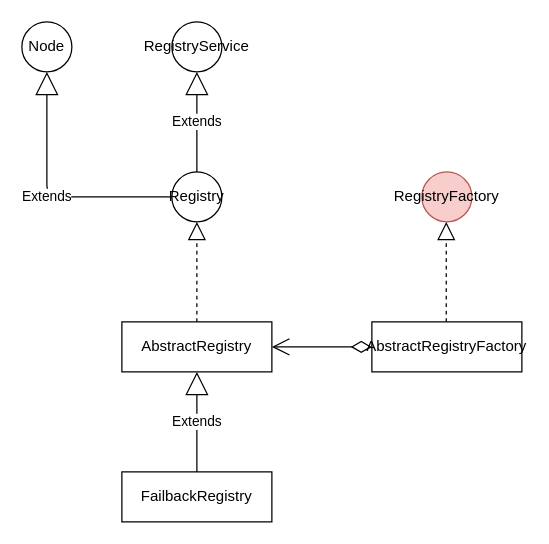
Before: develop-stack/language/java/dubbo/component/dubbo_registry_class.drawio in sciatta/draw, a draw.io diagram. Source tidied: cells renumbered, new cells numbered last; positions are measured from the earlier drawing's top-left corner, leaving out a move shared by most shapes. Both pictures are drawn from the tidied source at 125%, with x=0, y=0 at pixel (21, 21).
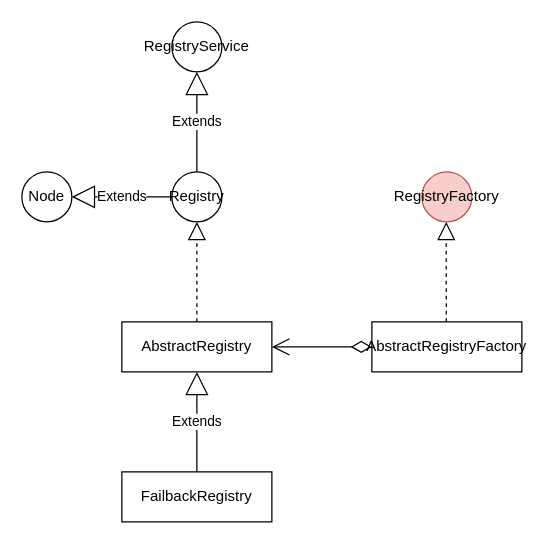
Above is the later version.

Commit message:
dubbo registry class draft

What changed in the source:
```diff
@@
 <mxGraphModel>
   <root>
     <mxCell id="0" />
     <mxCell id="1" parent="0" />
     <mxCell id="2" value="RegistryService" style="ellipse;whiteSpace=wrap;html=1;" parent="1" vertex="1">
       <mxGeometry x="120" width="40" height="40" as="geometry" />
     </mxCell>
     <mxCell id="3" value="Node" style="ellipse;whiteSpace=wrap;html=1;" parent="1" vertex="1">
-      <mxGeometry width="40" height="40" as="geometry" />
+      <mxGeometry y="120" width="40" height="40" as="geometry" />
     </mxCell>
     <mxCell id="4" value="Registry" style="ellipse;whiteSpace=wrap;html=1;" parent="1" vertex="1">
       <mxGeometry x="120" y="120" width="40" height="40" as="geometry" />
     </mxCell>
     <mxCell id="5" value="Extends" style="endArrow=block;endSize=16;endFill=0;html=1;entryX=0.5;entryY=1;entryDx=0;entryDy=0;exitX=0.5;exitY=0;exitDx=0;exitDy=0;" parent="1" edge="1" source="4" target="2">
       <mxGeometry relative="1" as="geometry" />
     </mxCell>
-    <mxCell id="6" value="Extends" style="endArrow=block;endSize=16;endFill=0;html=1;exitX=0;exitY=0.5;exitDx=0;exitDy=0;entryX=0.5;entryY=1;entryDx=0;entryDy=0;" parent="1" edge="1" source="4" target="3">
-      <mxGeometry relative="1" as="geometry">
-        <Array as="points">
-          <mxPoint x="20" y="140" />
-        </Array>
-      </mxGeometry>
+    <mxCell id="6" value="Extends" style="endArrow=block;endSize=16;endFill=0;html=1;exitX=0;exitY=0.5;exitDx=0;exitDy=0;entryX=1;entryY=0.5;entryDx=0;entryDy=0;" parent="1" edge="1" source="4" target="3">
+      <mxGeometry relative="1" as="geometry" />
     </mxCell>
     <mxCell id="7" value="&lt;span style=&quot;white-space: normal&quot;&gt;AbstractRegistry&lt;/span&gt;" style="rounded=0;whiteSpace=wrap;html=1;" parent="1" vertex="1">
       <mxGeometry x="80" y="240" width="120" height="40" as="geometry" />
     </mxCell>
     <mxCell id="8" style="endArrow=block;dashed=1;endFill=0;endSize=12;html=1;entryX=0.5;entryY=1;entryDx=0;entryDy=0;exitX=0.5;exitY=0;exitDx=0;exitDy=0;" parent="1" edge="1" source="7" target="4">
       <mxGeometry relative="1" as="geometry" />
     </mxCell>
     <mxCell id="9" value="&lt;span style=&quot;white-space: normal&quot;&gt;FailbackRegistry&lt;/span&gt;" style="rounded=0;whiteSpace=wrap;html=1;" parent="1" vertex="1">
       <mxGeometry x="80" y="360" width="120" height="40" as="geometry" />
     </mxCell>
     <mxCell id="10" value="Extends" style="endArrow=block;endSize=16;endFill=0;html=1;exitX=0.5;exitY=0;exitDx=0;exitDy=0;entryX=0.5;entryY=1;entryDx=0;entryDy=0;" parent="1" edge="1" source="9" target="7">
       <mxGeometry relative="1" as="geometry" />
     </mxCell>
     <mxCell id="11" value="AbstractRegistryFactory" style="rounded=0;whiteSpace=wrap;html=1;" parent="1" vertex="1">
       <mxGeometry x="280" y="240" width="120" height="40" as="geometry" />
     </mxCell>
     <mxCell id="12" style="endArrow=open;html=1;endSize=12;startArrow=diamondThin;startSize=14;startFill=0;edgeStyle=orthogonalEdgeStyle;align=left;verticalAlign=bottom;exitX=0;exitY=0.5;exitDx=0;exitDy=0;entryX=1;entryY=0.5;entryDx=0;entryDy=0;" parent="1" edge="1" source="11" target="7">
       <mxGeometry x="-1" y="3" relative="1" as="geometry" />
     </mxCell>
     <mxCell id="13" value="RegistryFactory" style="ellipse;whiteSpace=wrap;html=1;fillColor=#f8cecc;strokeColor=#b85450;" parent="1" vertex="1">
       <mxGeometry x="320" y="120" width="40" height="40" as="geometry" />
     </mxCell>
     <mxCell id="14" style="endArrow=block;dashed=1;endFill=0;endSize=12;html=1;entryX=0.5;entryY=1;entryDx=0;entryDy=0;exitX=0.5;exitY=0;exitDx=0;exitDy=0;" parent="1" edge="1">
       <mxGeometry relative="1" as="geometry">
         <mxPoint x="339.5" y="240" as="sourcePoint" />
         <mxPoint x="339.5" y="160" as="targetPoint" />
       </mxGeometry>
     </mxCell>
   </root>
 </mxGraphModel>
```
